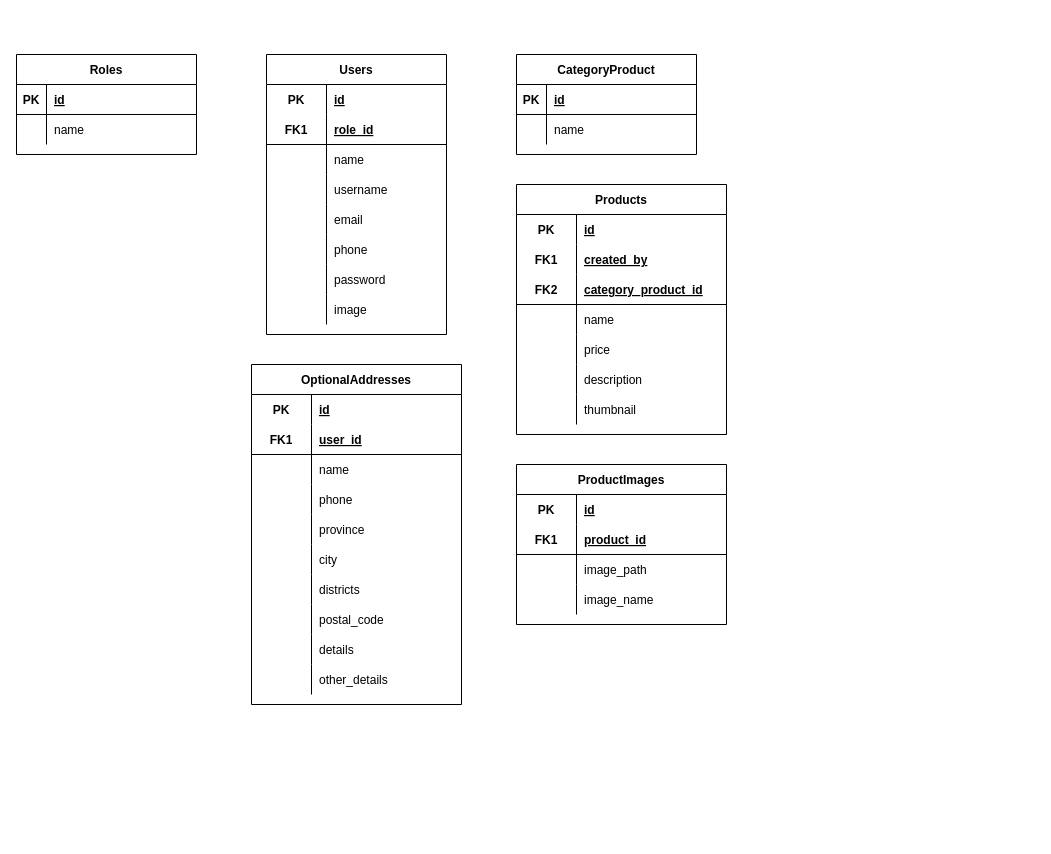
The draw.io diagram Teras.drawio in hakim-asrori/Rancangan-Database-Teras, before the edit. Source tidied: cells renumbered, new cells numbered last; positions are measured from the earlier drawing's top-left corner, leaving out a move shared by most shapes. Both pictures are drawn from the tidied source at 100%, with x=0, y=0 at pixel (16, 54).
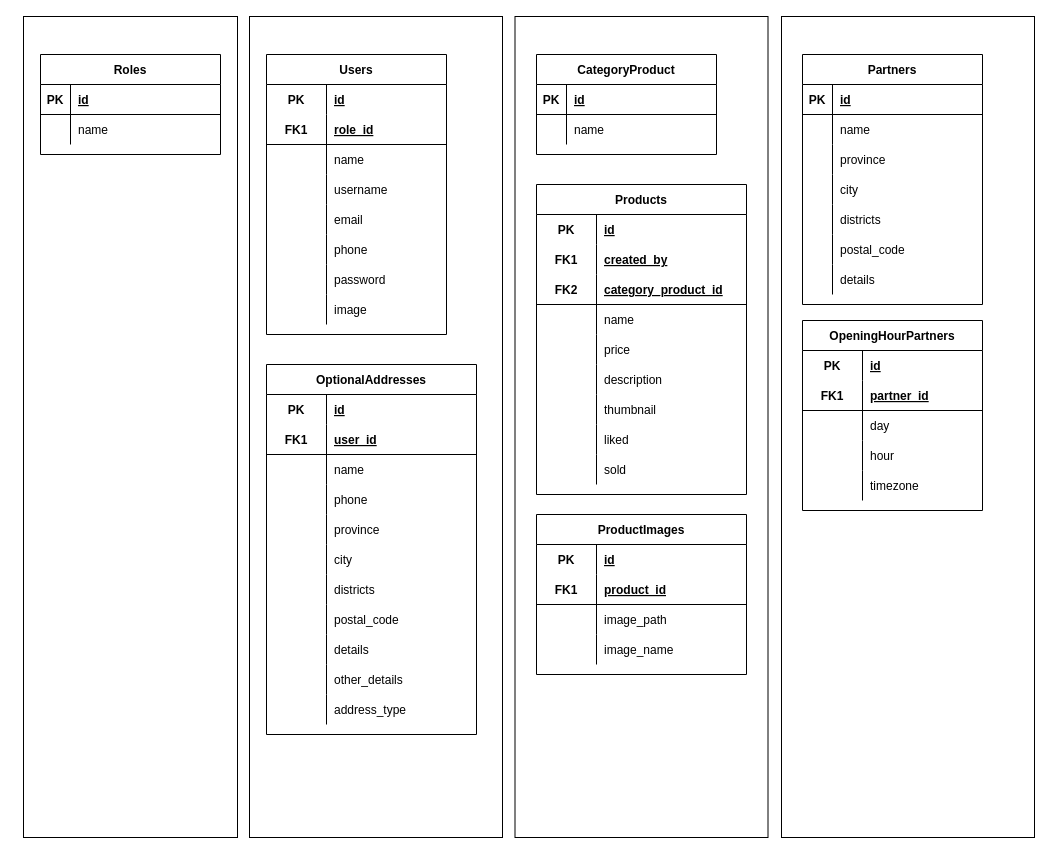
After the change.

What changed in the source:
```diff
@@
+    <mxCell id="107" style="rounded=0;whiteSpace=wrap;html=1;" parent="1" vertex="1">
+      <mxGeometry x="765" y="-38" width="253" height="821" as="geometry" />
+    </mxCell>
+    <mxCell id="108" style="rounded=0;whiteSpace=wrap;html=1;" parent="1" vertex="1">
+      <mxGeometry x="498.5" y="-38" width="253" height="821" as="geometry" />
+    </mxCell>
+    <mxCell id="109" style="rounded=0;whiteSpace=wrap;html=1;" parent="1" vertex="1">
+      <mxGeometry x="233" y="-38" width="253" height="821" as="geometry" />
+    </mxCell>
+    <mxCell id="110" style="rounded=0;whiteSpace=wrap;html=1;" parent="1" vertex="1">
+      <mxGeometry x="7" y="-38" width="214" height="821" as="geometry" />
+    </mxCell>
     <mxCell id="2" value="Roles" style="shape=table;startSize=30;childLayout=tableLayout;rowLines=0;fontStyle=1;align=center;" parent="1" vertex="1">
-      <mxGeometry width="180" height="100" as="geometry" />
+      <mxGeometry x="24" width="180" height="100" as="geometry" />
     </mxCell>
@@
     <mxCell id="34" value="CategoryProduct" style="shape=table;startSize=30;childLayout=tableLayout;rowLines=0;fontStyle=1;align=center;" parent="1" vertex="1">
-      <mxGeometry x="500" width="180" height="100" as="geometry" />
+      <mxGeometry x="520" width="180" height="100" as="geometry" />
     </mxCell>
@@
     <mxCell id="41" value="Products" style="shape=table;startSize=30;childLayout=tableLayout;rowLines=0;fontStyle=1;align=center;" parent="1" vertex="1">
-      <mxGeometry x="500" y="130" width="210" height="250" as="geometry" />
+      <mxGeometry x="520" y="130" width="210" height="310" as="geometry" />
     </mxCell>
@@
+    <mxCell id="111" style="shape=tableRow;horizontal=0;startSize=0;swimlaneHead=0;swimlaneBody=0;fillColor=none;top=0;left=0;right=0;bottom=0;" parent="41" vertex="1">
+      <mxGeometry y="240" width="210" height="30" as="geometry" />
+    </mxCell>
+    <mxCell id="112" style="shape=partialRectangle;fillColor=none;top=0;left=0;bottom=0;right=0;overflow=hidden;" parent="111" vertex="1">
+      <mxGeometry width="60" height="30" as="geometry" />
+    </mxCell>
+    <mxCell id="113" value="liked" style="shape=partialRectangle;fillColor=none;top=0;left=0;bottom=0;right=0;align=left;spacingLeft=6;overflow=hidden;" parent="111" vertex="1">
+      <mxGeometry x="60" width="150" height="30" as="geometry" />
+    </mxCell>
+    <mxCell id="114" style="shape=tableRow;horizontal=0;startSize=0;swimlaneHead=0;swimlaneBody=0;fillColor=none;top=0;left=0;right=0;bottom=0;" parent="41" vertex="1">
+      <mxGeometry y="270" width="210" height="30" as="geometry" />
+    </mxCell>
+    <mxCell id="115" style="shape=partialRectangle;fillColor=none;top=0;left=0;bottom=0;right=0;overflow=hidden;" parent="114" vertex="1">
+      <mxGeometry width="60" height="30" as="geometry" />
+    </mxCell>
+    <mxCell id="116" value="sold" style="shape=partialRectangle;fillColor=none;top=0;left=0;bottom=0;right=0;align=left;spacingLeft=6;overflow=hidden;" parent="114" vertex="1">
+      <mxGeometry x="60" width="150" height="30" as="geometry" />
+    </mxCell>
     <mxCell id="63" value="ProductImages" style="shape=table;startSize=30;childLayout=tableLayout;rowLines=0;fontStyle=1;align=center;" parent="1" vertex="1">
-      <mxGeometry x="500" y="410" width="210" height="160" as="geometry" />
+      <mxGeometry x="520" y="460" width="210" height="160" as="geometry" />
     </mxCell>
@@
     <mxCell id="76" value="OptionalAddresses" style="shape=table;startSize=30;childLayout=tableLayout;rowLines=0;fontStyle=1;align=center;" parent="1" vertex="1">
-      <mxGeometry x="235" y="310" width="210" height="340" as="geometry" />
+      <mxGeometry x="250" y="310" width="210" height="370" as="geometry" />
     </mxCell>
@@
+    <mxCell id="117" style="shape=tableRow;horizontal=0;startSize=0;swimlaneHead=0;swimlaneBody=0;fillColor=none;top=0;left=0;right=0;bottom=0;" parent="76" vertex="1">
+      <mxGeometry y="330" width="210" height="30" as="geometry" />
+    </mxCell>
+    <mxCell id="118" style="shape=partialRectangle;fillColor=none;top=0;left=0;bottom=0;right=0;overflow=hidden;" parent="117" vertex="1">
+      <mxGeometry width="60" height="30" as="geometry" />
+    </mxCell>
+    <mxCell id="119" value="address_type" style="shape=partialRectangle;fillColor=none;top=0;left=0;bottom=0;right=0;align=left;spacingLeft=6;overflow=hidden;" parent="117" vertex="1">
+      <mxGeometry x="60" width="150" height="30" as="geometry" />
+    </mxCell>
+    <mxCell id="120" value="Partners" style="shape=table;startSize=30;childLayout=tableLayout;rowLines=0;fontStyle=1;align=center;" parent="1" vertex="1">
+      <mxGeometry x="786" width="180" height="250" as="geometry" />
+    </mxCell>
+    <mxCell id="121" style="shape=tableRow;horizontal=0;startSize=0;swimlaneHead=0;swimlaneBody=0;fillColor=none;top=0;left=0;right=0;bottom=1;" parent="120" vertex="1">
+      <mxGeometry y="30" width="180" height="30" as="geometry" />
+    </mxCell>
+    <mxCell id="122" value="PK" style="shape=partialRectangle;fillColor=none;top=0;left=0;bottom=0;right=0;fontStyle=1;overflow=hidden;" parent="121" vertex="1">
+      <mxGeometry width="30" height="30" as="geometry" />
+    </mxCell>
+    <mxCell id="123" value="id" style="shape=partialRectangle;fillColor=none;top=0;left=0;bottom=0;right=0;align=left;spacingLeft=6;fontStyle=5;overflow=hidden;" parent="121" vertex="1">
+      <mxGeometry x="30" width="150" height="30" as="geometry" />
+    </mxCell>
+    <mxCell id="124" style="shape=tableRow;horizontal=0;startSize=0;swimlaneHead=0;swimlaneBody=0;fillColor=none;top=0;left=0;right=0;bottom=0;" parent="120" vertex="1">
+      <mxGeometry y="60" width="180" height="30" as="geometry" />
+    </mxCell>
+    <mxCell id="125" style="shape=partialRectangle;fillColor=none;top=0;left=0;bottom=0;right=0;overflow=hidden;" parent="124" vertex="1">
+      <mxGeometry width="30" height="30" as="geometry" />
+    </mxCell>
+    <mxCell id="126" value="name" style="shape=partialRectangle;fillColor=none;top=0;left=0;bottom=0;right=0;align=left;spacingLeft=6;overflow=hidden;" parent="124" vertex="1">
+      <mxGeometry x="30" width="150" height="30" as="geometry" />
+    </mxCell>
+    <mxCell id="127" style="shape=tableRow;horizontal=0;startSize=0;swimlaneHead=0;swimlaneBody=0;fillColor=none;top=0;left=0;right=0;bottom=0;" parent="120" vertex="1">
+      <mxGeometry y="90" width="180" height="30" as="geometry" />
+    </mxCell>
+    <mxCell id="128" style="shape=partialRectangle;fillColor=none;top=0;left=0;bottom=0;right=0;overflow=hidden;" parent="127" vertex="1">
+      <mxGeometry width="30" height="30" as="geometry" />
+    </mxCell>
+    <mxCell id="129" value="province" style="shape=partialRectangle;fillColor=none;top=0;left=0;bottom=0;right=0;align=left;spacingLeft=6;overflow=hidden;" parent="127" vertex="1">
+      <mxGeometry x="30" width="150" height="30" as="geometry" />
+    </mxCell>
+    <mxCell id="130" style="shape=tableRow;horizontal=0;startSize=0;swimlaneHead=0;swimlaneBody=0;fillColor=none;top=0;left=0;right=0;bottom=0;" parent="120" vertex="1">
+      <mxGeometry y="120" width="180" height="30" as="geometry" />
+    </mxCell>
+    <mxCell id="131" style="shape=partialRectangle;fillColor=none;top=0;left=0;bottom=0;right=0;overflow=hidden;" parent="130" vertex="1">
+      <mxGeometry width="30" height="30" as="geometry" />
+    </mxCell>
+    <mxCell id="132" value="city" style="shape=partialRectangle;fillColor=none;top=0;left=0;bottom=0;right=0;align=left;spacingLeft=6;overflow=hidden;" parent="130" vertex="1">
+      <mxGeometry x="30" width="150" height="30" as="geometry" />
+    </mxCell>
+    <mxCell id="133" style="shape=tableRow;horizontal=0;startSize=0;swimlaneHead=0;swimlaneBody=0;fillColor=none;top=0;left=0;right=0;bottom=0;" parent="120" vertex="1">
+      <mxGeometry y="150" width="180" height="30" as="geometry" />
+    </mxCell>
+    <mxCell id="134" style="shape=partialRectangle;fillColor=none;top=0;left=0;bottom=0;right=0;overflow=hidden;" parent="133" vertex="1">
+      <mxGeometry width="30" height="30" as="geometry" />
+    </mxCell>
+    <mxCell id="135" value="districts" style="shape=partialRectangle;fillColor=none;top=0;left=0;bottom=0;right=0;align=left;spacingLeft=6;overflow=hidden;" parent="133" vertex="1">
+      <mxGeometry x="30" width="150" height="30" as="geometry" />
+    </mxCell>
+    <mxCell id="136" style="shape=tableRow;horizontal=0;startSize=0;swimlaneHead=0;swimlaneBody=0;fillColor=none;top=0;left=0;right=0;bottom=0;" parent="120" vertex="1">
+      <mxGeometry y="180" width="180" height="30" as="geometry" />
+    </mxCell>
+    <mxCell id="137" style="shape=partialRectangle;fillColor=none;top=0;left=0;bottom=0;right=0;overflow=hidden;" parent="136" vertex="1">
+      <mxGeometry width="30" height="30" as="geometry" />
+    </mxCell>
+    <mxCell id="138" value="postal_code" style="shape=partialRectangle;fillColor=none;top=0;left=0;bottom=0;right=0;align=left;spacingLeft=6;overflow=hidden;" parent="136" vertex="1">
+      <mxGeometry x="30" width="150" height="30" as="geometry" />
+    </mxCell>
+    <mxCell id="139" style="shape=tableRow;horizontal=0;startSize=0;swimlaneHead=0;swimlaneBody=0;fillColor=none;top=0;left=0;right=0;bottom=0;" parent="120" vertex="1">
+      <mxGeometry y="210" width="180" height="30" as="geometry" />
+    </mxCell>
+    <mxCell id="140" style="shape=partialRectangle;fillColor=none;top=0;left=0;bottom=0;right=0;overflow=hidden;" parent="139" vertex="1">
+      <mxGeometry width="30" height="30" as="geometry" />
+    </mxCell>
+    <mxCell id="141" value="details" style="shape=partialRectangle;fillColor=none;top=0;left=0;bottom=0;right=0;align=left;spacingLeft=6;overflow=hidden;" parent="139" vertex="1">
+      <mxGeometry x="30" width="150" height="30" as="geometry" />
+    </mxCell>
+    <mxCell id="142" value="OpeningHourPartners" style="shape=table;startSize=30;childLayout=tableLayout;rowLines=0;fontStyle=1;align=center;" parent="1" vertex="1">
+      <mxGeometry x="786" y="266" width="180" height="190" as="geometry" />
+    </mxCell>
+    <mxCell id="143" style="shape=tableRow;horizontal=0;startSize=0;swimlaneHead=0;swimlaneBody=0;fillColor=none;top=0;left=0;right=0;bottom=0;" parent="142" vertex="1">
+      <mxGeometry y="30" width="180" height="30" as="geometry" />
+    </mxCell>
+    <mxCell id="144" value="PK" style="shape=partialRectangle;fillColor=none;top=0;left=0;bottom=0;right=0;fontStyle=1;overflow=hidden;" parent="143" vertex="1">
+      <mxGeometry width="60" height="30" as="geometry" />
+    </mxCell>
+    <mxCell id="145" value="id" style="shape=partialRectangle;fillColor=none;top=0;left=0;bottom=0;right=0;align=left;spacingLeft=6;fontStyle=5;overflow=hidden;" parent="143" vertex="1">
+      <mxGeometry x="60" width="120" height="30" as="geometry" />
+    </mxCell>
+    <mxCell id="146" style="shape=tableRow;horizontal=0;startSize=0;swimlaneHead=0;swimlaneBody=0;fillColor=none;top=0;left=0;right=0;bottom=1;" parent="142" vertex="1">
+      <mxGeometry y="60" width="180" height="30" as="geometry" />
+    </mxCell>
+    <mxCell id="147" value="FK1" style="shape=partialRectangle;fillColor=none;top=0;left=0;bottom=0;right=0;fontStyle=1;overflow=hidden;" parent="146" vertex="1">
+      <mxGeometry width="60" height="30" as="geometry" />
+    </mxCell>
+    <mxCell id="148" value="partner_id" style="shape=partialRectangle;fillColor=none;top=0;left=0;bottom=0;right=0;align=left;spacingLeft=6;fontStyle=5;overflow=hidden;" parent="146" vertex="1">
+      <mxGeometry x="60" width="120" height="30" as="geometry" />
+    </mxCell>
+    <mxCell id="149" style="shape=tableRow;horizontal=0;startSize=0;swimlaneHead=0;swimlaneBody=0;fillColor=none;top=0;left=0;right=0;bottom=0;" parent="142" vertex="1">
+      <mxGeometry y="90" width="180" height="30" as="geometry" />
+    </mxCell>
+    <mxCell id="150" style="shape=partialRectangle;fillColor=none;top=0;left=0;bottom=0;right=0;overflow=hidden;" parent="149" vertex="1">
+      <mxGeometry width="60" height="30" as="geometry" />
+    </mxCell>
+    <mxCell id="151" value="day" style="shape=partialRectangle;fillColor=none;top=0;left=0;bottom=0;right=0;align=left;spacingLeft=6;overflow=hidden;" parent="149" vertex="1">
+      <mxGeometry x="60" width="120" height="30" as="geometry" />
+    </mxCell>
+    <mxCell id="152" style="shape=tableRow;horizontal=0;startSize=0;swimlaneHead=0;swimlaneBody=0;fillColor=none;top=0;left=0;right=0;bottom=0;" parent="142" vertex="1">
+      <mxGeometry y="120" width="180" height="30" as="geometry" />
+    </mxCell>
+    <mxCell id="153" style="shape=partialRectangle;fillColor=none;top=0;left=0;bottom=0;right=0;overflow=hidden;" parent="152" vertex="1">
+      <mxGeometry width="60" height="30" as="geometry" />
+    </mxCell>
+    <mxCell id="154" value="hour" style="shape=partialRectangle;fillColor=none;top=0;left=0;bottom=0;right=0;align=left;spacingLeft=6;overflow=hidden;" parent="152" vertex="1">
+      <mxGeometry x="60" width="120" height="30" as="geometry" />
+    </mxCell>
+    <mxCell id="155" style="shape=tableRow;horizontal=0;startSize=0;swimlaneHead=0;swimlaneBody=0;fillColor=none;top=0;left=0;right=0;bottom=0;" parent="142" vertex="1">
+      <mxGeometry y="150" width="180" height="30" as="geometry" />
+    </mxCell>
+    <mxCell id="156" style="shape=partialRectangle;fillColor=none;top=0;left=0;bottom=0;right=0;overflow=hidden;" parent="155" vertex="1">
+      <mxGeometry width="60" height="30" as="geometry" />
+    </mxCell>
+    <mxCell id="157" value="timezone" style="shape=partialRectangle;fillColor=none;top=0;left=0;bottom=0;right=0;align=left;spacingLeft=6;overflow=hidden;" parent="155" vertex="1">
+      <mxGeometry x="60" width="120" height="30" as="geometry" />
+    </mxCell>
```
